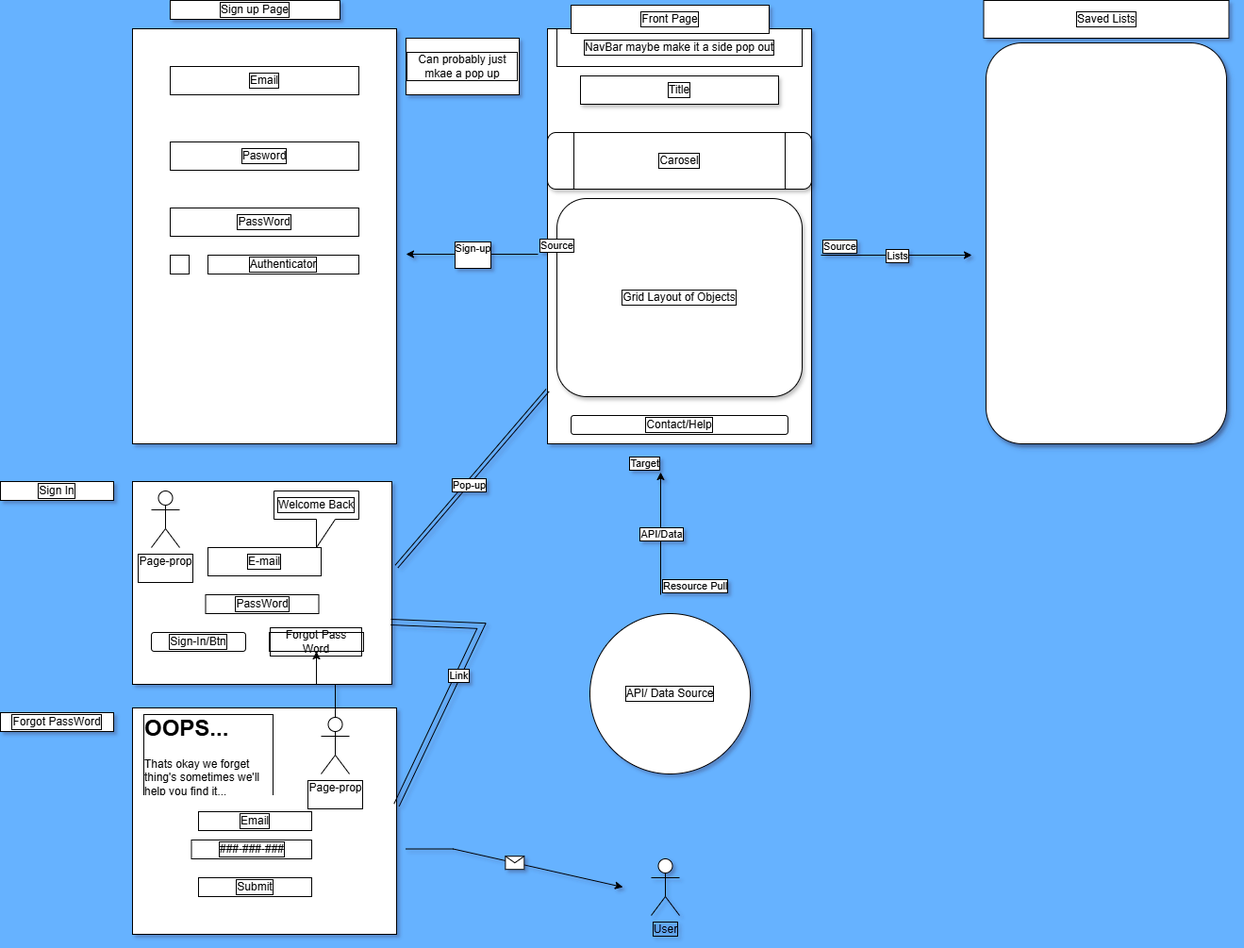
The draw.io diagram Untitled Diagram.drawio.png in Blackhawk56210/Lvl-2-Project, before a commit. Source tidied: cells renumbered, new cells last; positions are measured from the earlier drawing's top-left corner, leaving out a move shared by most shapes.
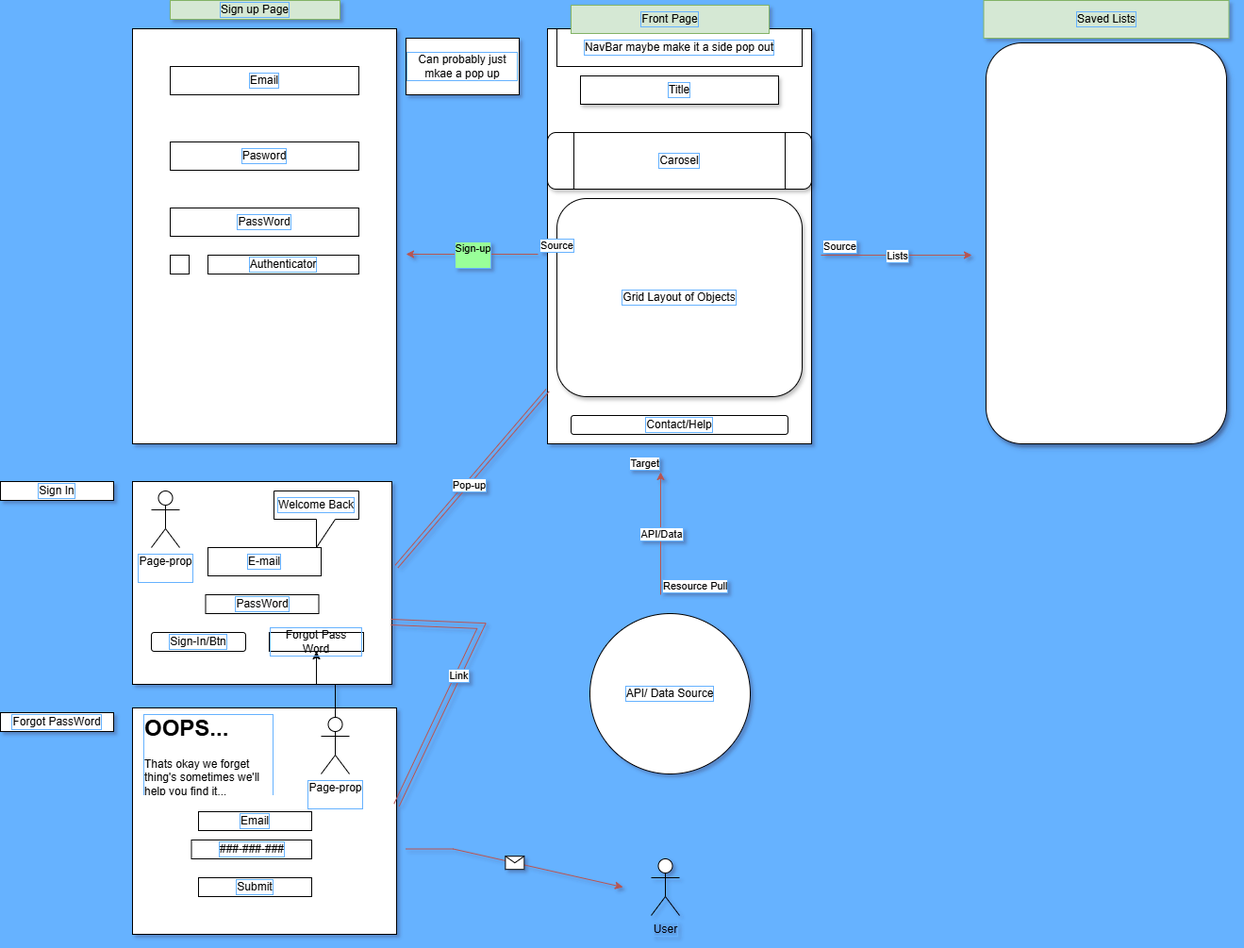
After the commit.

What changed in the source:
```diff
@@ -4,30 +4,30 @@
     <mxCell id="1" parent="0" />
-    <mxCell id="2" style="rounded=0;whiteSpace=wrap;html=1;rotation=-90;labelBorderColor=default;" parent="1" vertex="1">
+    <mxCell id="2" style="rounded=0;whiteSpace=wrap;html=1;rotation=-90;labelBorderColor=#66B2FF;fontColor=#000000;" parent="1" vertex="1">
       <mxGeometry x="500" y="110" width="440" height="280" as="geometry" />
     </mxCell>
-    <mxCell id="3" style="rounded=1;whiteSpace=wrap;html=1;rotation=90;glass=0;shadow=1;labelBorderColor=default;" parent="1" vertex="1">
+    <mxCell id="3" style="rounded=1;whiteSpace=wrap;html=1;rotation=90;glass=0;shadow=1;labelBorderColor=#66B2FF;fontColor=#000000;" parent="1" vertex="1">
       <mxGeometry x="960" y="130" width="425" height="255" as="geometry" />
     </mxCell>
-    <mxCell id="4" value="Title" style="rounded=0;whiteSpace=wrap;html=1;shadow=1;labelBorderColor=default;" parent="1" vertex="1">
+    <mxCell id="4" value="Title" style="rounded=0;whiteSpace=wrap;html=1;shadow=1;labelBorderColor=#66B2FF;fontColor=#000000;" parent="1" vertex="1">
       <mxGeometry x="615" y="80" width="210" height="30" as="geometry" />
     </mxCell>
-    <mxCell id="5" value="Carosel" style="shape=process;whiteSpace=wrap;html=1;backgroundOutline=1;glass=0;rounded=1;shadow=1;labelBorderColor=default;" parent="1" vertex="1">
+    <mxCell id="5" value="Carosel" style="shape=process;whiteSpace=wrap;html=1;backgroundOutline=1;glass=0;rounded=1;shadow=1;labelBorderColor=#66B2FF;fontColor=#000000;" parent="1" vertex="1">
       <mxGeometry x="580" y="140" width="280" height="60" as="geometry" />
     </mxCell>
-    <mxCell id="6" value="Grid Layout of Objects" style="rounded=1;whiteSpace=wrap;html=1;shadow=1;labelBorderColor=default;" parent="1" vertex="1">
+    <mxCell id="6" value="Grid Layout of Objects" style="rounded=1;whiteSpace=wrap;html=1;shadow=1;labelBorderColor=#66B2FF;fontColor=#000000;" parent="1" vertex="1">
       <mxGeometry x="590" y="210" width="260" height="210" as="geometry" />
     </mxCell>
-    <mxCell id="7" value="Contact/Help" style="rounded=1;whiteSpace=wrap;html=1;labelBorderColor=default;" parent="1" vertex="1">
+    <mxCell id="7" value="Contact/Help" style="rounded=1;whiteSpace=wrap;html=1;labelBorderColor=#66B2FF;fontColor=#000000;" parent="1" vertex="1">
       <mxGeometry x="605" y="440" width="230" height="20" as="geometry" />
     </mxCell>
-    <mxCell id="8" value="NavBar maybe make it a side pop out" style="rounded=0;whiteSpace=wrap;html=1;labelBorderColor=default;" parent="1" vertex="1">
+    <mxCell id="8" value="NavBar maybe make it a side pop out" style="rounded=0;whiteSpace=wrap;html=1;labelBorderColor=#66B2FF;fontColor=#000000;" parent="1" vertex="1">
       <mxGeometry x="590" y="30" width="260" height="40" as="geometry" />
     </mxCell>
-    <mxCell id="9" value="Saved Lists" style="rounded=0;whiteSpace=wrap;html=1;labelBorderColor=default;" parent="1" vertex="1">
+    <mxCell id="9" value="Saved Lists" style="rounded=0;whiteSpace=wrap;html=1;labelBorderColor=#66B2FF;fillColor=#d5e8d4;strokeColor=#82b366;" parent="1" vertex="1">
       <mxGeometry x="1042.5" width="260" height="40" as="geometry" />
     </mxCell>
-    <mxCell id="10" value="Front Page" style="rounded=0;whiteSpace=wrap;html=1;labelBorderColor=default;" parent="1" vertex="1">
+    <mxCell id="10" value="Front Page" style="rounded=0;whiteSpace=wrap;html=1;labelBorderColor=#66B2FF;fillColor=#d5e8d4;strokeColor=#82b366;" parent="1" vertex="1">
       <mxGeometry x="605" y="5" width="210" height="30" as="geometry" />
     </mxCell>
-    <mxCell id="11" style="endArrow=classic;html=1;rounded=0;labelBorderColor=default;" parent="1" edge="1">
+    <mxCell id="11" style="endArrow=classic;html=1;rounded=0;labelBorderColor=#66B2FF;fillColor=#f8cecc;strokeColor=#b85450;fontColor=#000000;" parent="1" edge="1">
       <mxGeometry relative="1" as="geometry">
@@ -37,12 +37,12 @@
     </mxCell>
-    <mxCell id="12" value="Lists" style="edgeLabel;html=1;align=center;verticalAlign=middle;labelBorderColor=default;" parent="11" vertex="1">
+    <mxCell id="12" value="Lists" style="edgeLabel;html=1;align=center;verticalAlign=middle;labelBorderColor=#66B2FF;fontColor=#000000;" parent="11" vertex="1">
       <mxGeometry relative="1" as="geometry" />
     </mxCell>
-    <mxCell id="13" value="Source" style="edgeLabel;html=1;align=left;verticalAlign=bottom;labelBorderColor=default;" parent="11" vertex="1">
+    <mxCell id="13" value="Source" style="edgeLabel;html=1;align=left;verticalAlign=bottom;labelBorderColor=#66B2FF;fontColor=#000000;" parent="11" vertex="1">
       <mxGeometry x="-1" relative="1" as="geometry" />
     </mxCell>
-    <mxCell id="14" value="API/ Data Source" style="ellipse;whiteSpace=wrap;html=1;labelBorderColor=default;" parent="1" vertex="1">
+    <mxCell id="14" value="API/ Data Source" style="ellipse;whiteSpace=wrap;html=1;labelBorderColor=#66B2FF;fontColor=#000000;" parent="1" vertex="1">
       <mxGeometry x="625" y="650" width="170" height="170" as="geometry" />
     </mxCell>
-    <mxCell id="15" style="endArrow=classic;html=1;rounded=0;labelBorderColor=default;" parent="1" edge="1">
+    <mxCell id="15" style="endArrow=classic;html=1;rounded=0;labelBorderColor=#66B2FF;fontColor=#000000;fillColor=#f8cecc;strokeColor=#b85450;" parent="1" edge="1">
       <mxGeometry relative="1" as="geometry">
@@ -52,33 +52,33 @@
     </mxCell>
-    <mxCell id="16" value="API/Data" style="edgeLabel;html=1;align=center;verticalAlign=middle;labelBorderColor=default;" parent="15" vertex="1">
+    <mxCell id="16" value="API/Data" style="edgeLabel;html=1;align=center;verticalAlign=middle;labelBorderColor=#66B2FF;fontColor=#000000;" parent="15" vertex="1">
       <mxGeometry relative="1" as="geometry" />
     </mxCell>
-    <mxCell id="17" value="Resource Pull" style="edgeLabel;html=1;align=left;verticalAlign=bottom;labelBorderColor=default;" parent="15" vertex="1">
+    <mxCell id="17" value="Resource Pull" style="edgeLabel;html=1;align=left;verticalAlign=bottom;labelBorderColor=#66B2FF;fontColor=#000000;" parent="15" vertex="1">
       <mxGeometry x="-1" relative="1" as="geometry" />
     </mxCell>
-    <mxCell id="18" value="Target" style="edgeLabel;html=1;align=right;verticalAlign=bottom;labelBorderColor=default;" parent="15" vertex="1">
+    <mxCell id="18" value="Target" style="edgeLabel;html=1;align=right;verticalAlign=bottom;labelBorderColor=#66B2FF;fontColor=#000000;" parent="15" vertex="1">
       <mxGeometry x="1" relative="1" as="geometry" />
     </mxCell>
-    <mxCell id="19" style="rounded=0;whiteSpace=wrap;html=1;labelBorderColor=default;" parent="1" vertex="1">
+    <mxCell id="19" style="rounded=0;whiteSpace=wrap;html=1;labelBorderColor=#66B2FF;fontColor=#000000;" parent="1" vertex="1">
       <mxGeometry x="140" y="30" width="280" height="440" as="geometry" />
     </mxCell>
-    <mxCell id="20" value="Sign up Page" style="rounded=0;whiteSpace=wrap;html=1;labelBorderColor=default;" parent="1" vertex="1">
+    <mxCell id="20" value="Sign up Page" style="rounded=0;whiteSpace=wrap;html=1;labelBorderColor=#66B2FF;fillColor=#d5e8d4;strokeColor=#82b366;" parent="1" vertex="1">
       <mxGeometry x="180" width="180" height="20" as="geometry" />
     </mxCell>
-    <mxCell id="21" value="Email" style="rounded=0;whiteSpace=wrap;html=1;labelBorderColor=default;" parent="1" vertex="1">
+    <mxCell id="21" value="Email" style="rounded=0;whiteSpace=wrap;html=1;labelBorderColor=#66B2FF;fontColor=#000000;" parent="1" vertex="1">
       <mxGeometry x="180" y="70" width="200" height="30" as="geometry" />
     </mxCell>
-    <mxCell id="22" value="Pasword" style="rounded=0;whiteSpace=wrap;html=1;labelBorderColor=default;" parent="1" vertex="1">
+    <mxCell id="22" value="Pasword" style="rounded=0;whiteSpace=wrap;html=1;labelBorderColor=#66B2FF;fontColor=#000000;" parent="1" vertex="1">
       <mxGeometry x="180" y="150" width="200" height="30" as="geometry" />
     </mxCell>
-    <mxCell id="23" value="PassWord" style="rounded=0;whiteSpace=wrap;html=1;labelBorderColor=default;" parent="1" vertex="1">
+    <mxCell id="23" value="PassWord" style="rounded=0;whiteSpace=wrap;html=1;labelBorderColor=#66B2FF;fontColor=#000000;" parent="1" vertex="1">
       <mxGeometry x="180" y="220" width="200" height="30" as="geometry" />
     </mxCell>
-    <mxCell id="24" style="whiteSpace=wrap;html=1;labelBorderColor=default;" parent="1" vertex="1">
+    <mxCell id="24" style="whiteSpace=wrap;html=1;labelBorderColor=#66B2FF;fontColor=#000000;" parent="1" vertex="1">
       <mxGeometry x="180" y="270" width="20" height="20" as="geometry" />
     </mxCell>
-    <mxCell id="25" value="Authenticator" style="rounded=0;whiteSpace=wrap;html=1;labelBorderColor=default;" parent="1" vertex="1">
+    <mxCell id="25" value="Authenticator" style="rounded=0;whiteSpace=wrap;html=1;labelBorderColor=#66B2FF;fontColor=#000000;" parent="1" vertex="1">
       <mxGeometry x="220" y="270" width="160" height="20" as="geometry" />
     </mxCell>
-    <mxCell id="26" style="endArrow=classic;html=1;rounded=0;labelBorderColor=default;" parent="1" edge="1">
+    <mxCell id="26" style="endArrow=classic;html=1;rounded=0;labelBorderColor=#66B2FF;fillColor=#f8cecc;strokeColor=#b85450;fontColor=#000000;" parent="1" edge="1">
       <mxGeometry relative="1" as="geometry">
@@ -91,57 +91,57 @@
     </mxCell>
-    <mxCell id="27" value="Sign-up&lt;div&gt;&lt;br&gt;&lt;/div&gt;" style="edgeLabel;html=1;align=center;verticalAlign=middle;labelBorderColor=default;" parent="26" vertex="1">
+    <mxCell id="27" value="Sign-up&lt;div&gt;&lt;br&gt;&lt;/div&gt;" style="edgeLabel;html=1;align=center;verticalAlign=middle;labelBorderColor=#66B2FF;fontColor=#000000;labelBackgroundColor=#99FF99;" parent="26" vertex="1">
       <mxGeometry relative="1" as="geometry" />
     </mxCell>
-    <mxCell id="28" value="Source" style="edgeLabel;html=1;align=left;verticalAlign=bottom;labelBorderColor=default;" parent="26" vertex="1">
+    <mxCell id="28" value="Source" style="edgeLabel;html=1;align=left;verticalAlign=bottom;labelBorderColor=#66B2FF;fontColor=#000000;" parent="26" vertex="1">
       <mxGeometry x="-1" relative="1" as="geometry" />
     </mxCell>
-    <mxCell id="29" value="Can probably just mkae a pop up" style="rounded=0;whiteSpace=wrap;html=1;labelBorderColor=default;" parent="1" vertex="1">
+    <mxCell id="29" value="Can probably just mkae a pop up" style="rounded=0;whiteSpace=wrap;html=1;labelBorderColor=#66B2FF;fontColor=#000000;" parent="1" vertex="1">
       <mxGeometry x="430" y="40" width="120" height="60" as="geometry" />
     </mxCell>
-    <mxCell id="30" style="rounded=0;whiteSpace=wrap;html=1;rotation=90;labelBorderColor=default;" parent="1" vertex="1">
+    <mxCell id="30" style="rounded=0;whiteSpace=wrap;html=1;rotation=90;labelBorderColor=#66B2FF;fontColor=#000000;" parent="1" vertex="1">
       <mxGeometry x="170" y="480" width="215" height="275" as="geometry" />
     </mxCell>
-    <mxCell id="31" value="E-mail" style="rounded=0;whiteSpace=wrap;html=1;labelBorderColor=default;" parent="1" vertex="1">
+    <mxCell id="31" value="E-mail" style="rounded=0;whiteSpace=wrap;html=1;labelBorderColor=#66B2FF;fontColor=#000000;" parent="1" vertex="1">
       <mxGeometry x="220" y="580" width="120" height="30" as="geometry" />
     </mxCell>
-    <mxCell id="32" value="PassWord" style="rounded=0;whiteSpace=wrap;html=1;labelBorderColor=default;" parent="1" vertex="1">
+    <mxCell id="32" value="PassWord" style="rounded=0;whiteSpace=wrap;html=1;labelBorderColor=#66B2FF;fontColor=#000000;" parent="1" vertex="1">
       <mxGeometry x="217.5" y="630" width="120" height="20" as="geometry" />
     </mxCell>
-    <mxCell id="33" value="Welcome Back" style="shape=callout;whiteSpace=wrap;html=1;perimeter=calloutPerimeter;labelBorderColor=default;" parent="1" vertex="1">
+    <mxCell id="33" value="Welcome Back" style="shape=callout;whiteSpace=wrap;html=1;perimeter=calloutPerimeter;labelBorderColor=#66B2FF;fontColor=#000000;" parent="1" vertex="1">
       <mxGeometry x="290" y="520" width="90" height="60" as="geometry" />
     </mxCell>
-    <mxCell id="34" value="Page-prop&lt;div&gt;&lt;br&gt;&lt;/div&gt;" style="shape=umlActor;verticalLabelPosition=bottom;verticalAlign=top;html=1;labelBorderColor=default;" parent="1" vertex="1">
+    <mxCell id="34" value="Page-prop&lt;div&gt;&lt;br&gt;&lt;/div&gt;" style="shape=umlActor;verticalLabelPosition=bottom;verticalAlign=top;html=1;labelBorderColor=#66B2FF;fontColor=#000000;" parent="1" vertex="1">
       <mxGeometry x="160" y="520" width="30" height="60" as="geometry" />
     </mxCell>
-    <mxCell id="35" value="Sign-In/Btn" style="rounded=1;whiteSpace=wrap;html=1;labelBorderColor=default;" parent="1" vertex="1">
+    <mxCell id="35" value="Sign-In/Btn" style="rounded=1;whiteSpace=wrap;html=1;labelBorderColor=#66B2FF;fontColor=#000000;" parent="1" vertex="1">
       <mxGeometry x="160" y="670" width="100" height="20" as="geometry" />
     </mxCell>
-    <mxCell id="36" style="shape=link;html=1;rounded=0;entryX=0.419;entryY=-0.018;entryDx=0;entryDy=0;entryPerimeter=0;labelBorderColor=default;" parent="1" edge="1" source="2" target="30">
+    <mxCell id="36" style="shape=link;html=1;rounded=0;entryX=0.419;entryY=-0.018;entryDx=0;entryDy=0;entryPerimeter=0;labelBorderColor=#66B2FF;fillColor=#f8cecc;strokeColor=#b85450;fontColor=#000000;" parent="1" edge="1" source="2" target="30">
       <mxGeometry relative="1" as="geometry" />
     </mxCell>
-    <mxCell id="37" value="Pop-up" style="edgeLabel;html=1;align=center;verticalAlign=middle;labelBorderColor=default;" parent="36" vertex="1">
+    <mxCell id="37" value="Pop-up" style="edgeLabel;html=1;align=center;verticalAlign=middle;labelBorderColor=#66B2FF;fontColor=#000000;" parent="36" vertex="1">
       <mxGeometry x="0.05" y="2" relative="1" as="geometry" />
     </mxCell>
-    <mxCell id="38" style="rounded=0;whiteSpace=wrap;html=1;labelBorderColor=default;" parent="1" vertex="1">
+    <mxCell id="38" style="rounded=0;whiteSpace=wrap;html=1;labelBorderColor=#66B2FF;fontColor=#000000;" parent="1" vertex="1">
       <mxGeometry x="140" y="750" width="280" height="240" as="geometry" />
     </mxCell>
-    <mxCell id="39" value="Forgot PassWord" style="rounded=0;whiteSpace=wrap;html=1;labelBorderColor=default;" parent="1" vertex="1">
+    <mxCell id="39" value="Forgot PassWord" style="rounded=0;whiteSpace=wrap;html=1;labelBorderColor=#66B2FF;fontColor=#000000;" parent="1" vertex="1">
       <mxGeometry y="755" width="120" height="20" as="geometry" />
     </mxCell>
-    <mxCell id="40" value="Sign In" style="rounded=0;whiteSpace=wrap;html=1;labelBorderColor=default;" parent="1" vertex="1">
+    <mxCell id="40" value="Sign In" style="rounded=0;whiteSpace=wrap;html=1;labelBorderColor=#66B2FF;fontColor=#000000;" parent="1" vertex="1">
       <mxGeometry y="510" width="120" height="20" as="geometry" />
     </mxCell>
-    <mxCell id="41" value="&lt;h1 style=&quot;margin-top: 0px;&quot;&gt;OOPS...&lt;/h1&gt;&lt;div&gt;Thats okay we forget thing's sometimes we'll help you find it...&lt;/div&gt;" style="text;html=1;whiteSpace=wrap;overflow=hidden;rounded=0;labelBorderColor=default;" parent="1" vertex="1">
+    <mxCell id="41" value="&lt;h1 style=&quot;margin-top: 0px;&quot;&gt;OOPS...&lt;/h1&gt;&lt;div&gt;Thats okay we forget thing's sometimes we'll help you find it...&lt;/div&gt;" style="text;html=1;whiteSpace=wrap;overflow=hidden;rounded=0;labelBorderColor=#66B2FF;fontColor=#000000;" parent="1" vertex="1">
       <mxGeometry x="150" y="750" width="140" height="90" as="geometry" />
     </mxCell>
-    <mxCell id="42" value="Email" style="rounded=0;whiteSpace=wrap;html=1;labelBorderColor=default;" parent="1" vertex="1">
+    <mxCell id="42" value="Email" style="rounded=0;whiteSpace=wrap;html=1;labelBorderColor=#66B2FF;fontColor=#000000;" parent="1" vertex="1">
       <mxGeometry x="210" y="860" width="120" height="20" as="geometry" />
     </mxCell>
-    <mxCell id="43" value="###-###-###" style="rounded=0;whiteSpace=wrap;html=1;labelBorderColor=default;" parent="1" vertex="1">
+    <mxCell id="43" value="###-###-###" style="rounded=0;whiteSpace=wrap;html=1;labelBorderColor=#66B2FF;fontColor=#000000;" parent="1" vertex="1">
       <mxGeometry x="202.5" y="890" width="127.5" height="20" as="geometry" />
     </mxCell>
-    <mxCell id="44" value="Submit" style="rounded=0;whiteSpace=wrap;html=1;labelBorderColor=default;" parent="1" vertex="1">
+    <mxCell id="44" value="Submit" style="rounded=0;whiteSpace=wrap;html=1;labelBorderColor=#66B2FF;fontColor=#000000;" parent="1" vertex="1">
       <mxGeometry x="210" y="930" width="120" height="20" as="geometry" />
     </mxCell>
-    <mxCell id="45" style="endArrow=classic;html=1;rounded=0;labelBorderColor=default;" parent="1" edge="1">
+    <mxCell id="45" style="endArrow=classic;html=1;rounded=0;labelBorderColor=#66B2FF;fontColor=#000000;fillColor=#f8cecc;strokeColor=#b85450;" parent="1" edge="1">
       <mxGeometry relative="1" as="geometry">
@@ -154,3 +154,3 @@
     </mxCell>
-    <mxCell id="46" style="shape=message;html=1;labelBorderColor=default;" parent="45" vertex="1">
+    <mxCell id="46" style="shape=message;html=1;labelBorderColor=#66B2FF;fontColor=#000000;" parent="45" vertex="1">
       <mxGeometry width="20" height="14" relative="1" as="geometry">
@@ -159,15 +159,15 @@
     </mxCell>
-    <mxCell id="47" value="User" style="shape=umlActor;verticalLabelPosition=bottom;verticalAlign=top;html=1;labelBorderColor=default;" parent="1" vertex="1">
+    <mxCell id="47" value="User" style="shape=umlActor;verticalLabelPosition=bottom;verticalAlign=top;html=1;labelBorderColor=#66B2FF;fontColor=#000000;" parent="1" vertex="1">
       <mxGeometry x="690" y="910" width="30" height="60" as="geometry" />
     </mxCell>
-    <mxCell id="48" style="edgeStyle=orthogonalEdgeStyle;rounded=0;jettySize=auto;html=1;labelBorderColor=default;" parent="1" edge="1" source="49" target="50">
+    <mxCell id="48" style="edgeStyle=orthogonalEdgeStyle;rounded=0;jettySize=auto;html=1;labelBorderColor=#66B2FF;fontColor=#000000;" parent="1" edge="1" source="49" target="50">
       <mxGeometry relative="1" as="geometry" />
     </mxCell>
-    <mxCell id="49" value="Page-prop&lt;div&gt;&lt;br&gt;&lt;/div&gt;" style="shape=umlActor;verticalLabelPosition=bottom;verticalAlign=top;html=1;outlineConnect=0;labelBorderColor=default;" parent="1" vertex="1">
+    <mxCell id="49" value="Page-prop&lt;div&gt;&lt;br&gt;&lt;/div&gt;" style="shape=umlActor;verticalLabelPosition=bottom;verticalAlign=top;html=1;outlineConnect=0;labelBorderColor=#66B2FF;fontColor=#000000;" parent="1" vertex="1">
       <mxGeometry x="340" y="760" width="30" height="60" as="geometry" />
     </mxCell>
-    <mxCell id="50" value="Forgot Pass Word" style="rounded=0;whiteSpace=wrap;html=1;labelBorderColor=default;" parent="1" vertex="1">
+    <mxCell id="50" value="Forgot Pass Word" style="rounded=0;whiteSpace=wrap;html=1;labelBorderColor=#66B2FF;fontColor=#000000;" parent="1" vertex="1">
       <mxGeometry x="285" y="670" width="100" height="20" as="geometry" />
     </mxCell>
-    <mxCell id="51" style="shape=link;html=1;rounded=0;width=6;exitX=0.693;exitY=0.004;exitDx=0;exitDy=0;exitPerimeter=0;entryX=1;entryY=0.429;entryDx=0;entryDy=0;entryPerimeter=0;labelBorderColor=default;" parent="1" edge="1" source="30" target="38">
+    <mxCell id="51" style="shape=link;html=1;rounded=0;width=6;exitX=0.693;exitY=0.004;exitDx=0;exitDy=0;exitPerimeter=0;entryX=1;entryY=0.429;entryDx=0;entryDy=0;entryPerimeter=0;labelBorderColor=#66B2FF;fontColor=#000000;fillColor=#f8cecc;strokeColor=#b85450;" parent="1" edge="1" source="30" target="38">
       <mxGeometry relative="1" as="geometry">
@@ -178,3 +178,3 @@
     </mxCell>
-    <mxCell id="52" value="Link" style="edgeLabel;html=1;align=center;verticalAlign=middle;labelBorderColor=default;" parent="51" vertex="1">
+    <mxCell id="52" value="Link" style="edgeLabel;html=1;align=center;verticalAlign=middle;labelBorderColor=#66B2FF;fontColor=#000000;" parent="51" vertex="1">
       <mxGeometry relative="1" as="geometry" />
```
